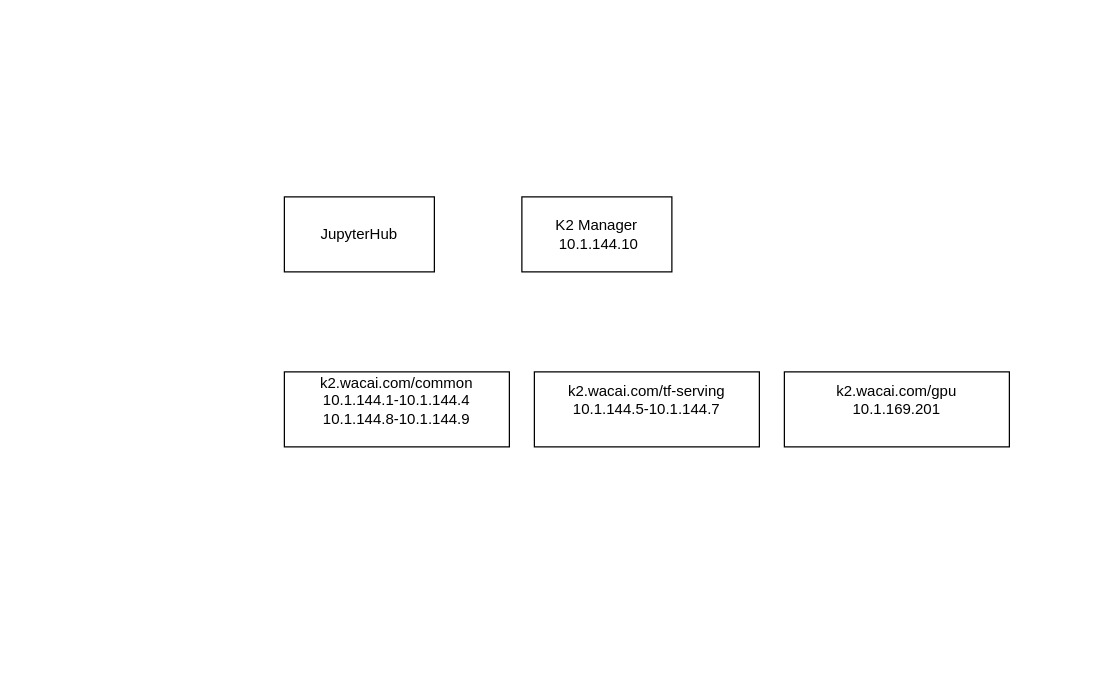
This is Untitled Diagram.drawio from jintianfan/drawio, a draw.io file, before an edit. Source tidied: cells renumbered, new cells numbered last; positions are measured from the earlier drawing's top-left corner, leaving out a move shared by most shapes. Both pictures are drawn from the tidied source at 125%, with x=0, y=0 at pixel (284, 196).
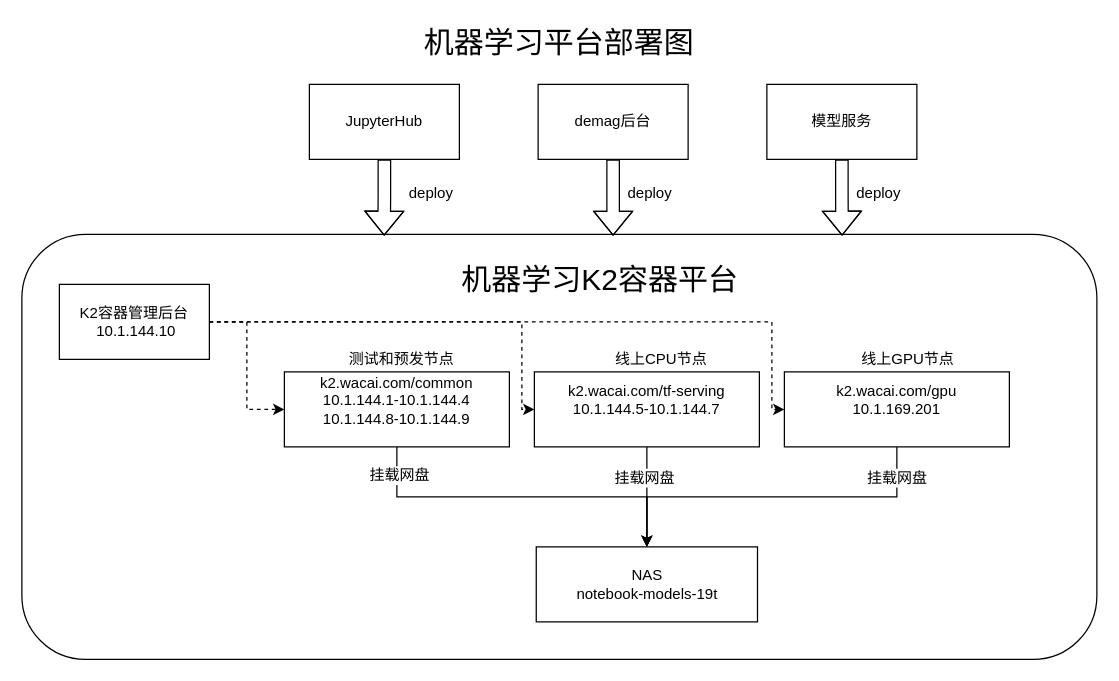
Above is the later version.

Unchanged cells that the change refers to:
```xml
<mxCell id="4" value="k2.wacai.com/common&lt;br&gt;10.1.144.1-10.1.144.4&lt;br&gt;10.1.144.8-10.1.144.9&lt;br&gt;&lt;br&gt;" style="rounded=0;whiteSpace=wrap;html=1;" parent="1" vertex="1">
  <mxGeometry y="140" width="180" height="60" as="geometry" />
</mxCell>
<mxCell id="5" value="k2.wacai.com/tf-serving&lt;br&gt;10.1.144.5-10.1.144.7&lt;br&gt;&lt;br&gt;" style="rounded=0;whiteSpace=wrap;html=1;" parent="1" vertex="1">
  <mxGeometry x="200" y="140" width="180" height="60" as="geometry" />
</mxCell>
<mxCell id="6" value="k2.wacai.com/gpu&lt;br&gt;10.1.169.201&lt;br&gt;&lt;br&gt;" style="rounded=0;whiteSpace=wrap;html=1;" parent="1" vertex="1">
  <mxGeometry x="400" y="140" width="180" height="60" as="geometry" />
</mxCell>
```

The edit, as a diff of the source:
```diff
@@
+    <mxCell id="7" style="rounded=1;whiteSpace=wrap;html=1;" parent="1" vertex="1">
+      <mxGeometry x="-210" y="30" width="860" height="340" as="geometry" />
+    </mxCell>
+    <mxCell id="8" style="edgeStyle=orthogonalEdgeStyle;shape=flexArrow;rounded=0;jettySize=auto;html=1;exitX=0.5;exitY=1;exitDx=0;exitDy=0;entryX=0.337;entryY=0.003;entryDx=0;entryDy=0;entryPerimeter=0;" parent="1" edge="1" source="2" target="7">
+      <mxGeometry relative="1" as="geometry" />
+    </mxCell>
     <mxCell id="2" value="JupyterHub" style="rounded=0;whiteSpace=wrap;html=1;" parent="1" vertex="1">
-      <mxGeometry width="120" height="60" as="geometry" />
+      <mxGeometry x="20" y="-90" width="120" height="60" as="geometry" />
     </mxCell>
+    <mxCell id="9" style="edgeStyle=orthogonalEdgeStyle;rounded=0;jettySize=auto;html=1;entryX=0;entryY=0.5;entryDx=0;entryDy=0;dashed=1;" parent="1" edge="1" source="3" target="4">
+      <mxGeometry relative="1" as="geometry" />
+    </mxCell>
+    <mxCell id="10" style="edgeStyle=orthogonalEdgeStyle;rounded=0;jettySize=auto;html=1;exitX=1;exitY=0.5;exitDx=0;exitDy=0;entryX=0;entryY=0.5;entryDx=0;entryDy=0;dashed=1;" parent="1" edge="1" source="3" target="5">
+      <mxGeometry relative="1" as="geometry">
+        <Array as="points">
+          <mxPoint x="190" y="100" />
+          <mxPoint x="190" y="170" />
+        </Array>
+      </mxGeometry>
+    </mxCell>
+    <mxCell id="11" style="edgeStyle=orthogonalEdgeStyle;rounded=0;jettySize=auto;html=1;entryX=0;entryY=0.5;entryDx=0;entryDy=0;dashed=1;" parent="1" edge="1" source="3" target="6">
+      <mxGeometry relative="1" as="geometry">
+        <Array as="points">
+          <mxPoint x="390" y="100" />
+          <mxPoint x="390" y="170" />
+        </Array>
+      </mxGeometry>
+    </mxCell>
-    <mxCell id="3" value="K2 Manager&lt;br&gt;&amp;nbsp;10.1.144.10&lt;br&gt;" style="rounded=0;whiteSpace=wrap;html=1;" parent="1" vertex="1">
-      <mxGeometry x="190" width="120" height="60" as="geometry" />
+    <mxCell id="3" value="K2容器管理后台&lt;br&gt;&amp;nbsp;10.1.144.10&lt;br&gt;" style="rounded=0;whiteSpace=wrap;html=1;" parent="1" vertex="1">
+      <mxGeometry x="-180" y="70" width="120" height="60" as="geometry" />
     </mxCell>
+    <mxCell id="12" style="edgeStyle=orthogonalEdgeStyle;rounded=0;jettySize=auto;html=1;exitX=0.5;exitY=1;exitDx=0;exitDy=0;entryX=0.5;entryY=0;entryDx=0;entryDy=0;" parent="1" edge="1" source="4" target="18">
+      <mxGeometry relative="1" as="geometry" />
+    </mxCell>
+    <mxCell id="13" value="挂载网盘" style="text;html=1;align=center;verticalAlign=middle;labelBackgroundColor=#ffffff;" parent="12" vertex="1">
+      <mxGeometry x="-0.84" y="1" relative="1" as="geometry" />
+    </mxCell>
@@
+    <mxCell id="14" style="edgeStyle=orthogonalEdgeStyle;rounded=0;jettySize=auto;html=1;exitX=0.5;exitY=1;exitDx=0;exitDy=0;entryX=0.5;entryY=0;entryDx=0;entryDy=0;" parent="1" edge="1" source="5" target="18">
+      <mxGeometry relative="1" as="geometry" />
+    </mxCell>
+    <mxCell id="15" value="挂载网盘" style="text;html=1;align=center;verticalAlign=middle;labelBackgroundColor=#ffffff;" parent="14" vertex="1">
+      <mxGeometry x="-0.4" y="-3" relative="1" as="geometry" />
+    </mxCell>
@@
+    <mxCell id="16" style="edgeStyle=orthogonalEdgeStyle;rounded=0;jettySize=auto;html=1;exitX=0.5;exitY=1;exitDx=0;exitDy=0;entryX=0.5;entryY=0;entryDx=0;entryDy=0;" parent="1" edge="1" source="6" target="18">
+      <mxGeometry relative="1" as="geometry" />
+    </mxCell>
+    <mxCell id="17" value="挂载网盘" style="text;html=1;align=center;verticalAlign=middle;labelBackgroundColor=#ffffff;" parent="16" vertex="1">
+      <mxGeometry x="-0.83" y="-1" relative="1" as="geometry" />
+    </mxCell>
@@
+    <mxCell id="18" value="NAS&lt;br&gt;notebook-models-19t&lt;br&gt;" style="rounded=0;whiteSpace=wrap;html=1;" parent="1" vertex="1">
+      <mxGeometry x="201.5" y="280" width="177" height="60" as="geometry" />
+    </mxCell>
+    <mxCell id="19" style="edgeStyle=orthogonalEdgeStyle;shape=flexArrow;rounded=0;jettySize=auto;html=1;exitX=0.5;exitY=1;exitDx=0;exitDy=0;entryX=0.55;entryY=0.003;entryDx=0;entryDy=0;entryPerimeter=0;" parent="1" edge="1" source="20" target="7">
+      <mxGeometry relative="1" as="geometry" />
+    </mxCell>
+    <mxCell id="20" value="demag后台&lt;br&gt;" style="rounded=0;whiteSpace=wrap;html=1;" parent="1" vertex="1">
+      <mxGeometry x="203" y="-90" width="120" height="60" as="geometry" />
+    </mxCell>
+    <mxCell id="21" style="edgeStyle=orthogonalEdgeStyle;shape=flexArrow;rounded=0;jettySize=auto;html=1;entryX=0.763;entryY=0.003;entryDx=0;entryDy=0;entryPerimeter=0;" parent="1" edge="1" source="22" target="7">
+      <mxGeometry relative="1" as="geometry" />
+    </mxCell>
+    <mxCell id="22" value="模型服务&lt;br&gt;" style="rounded=0;whiteSpace=wrap;html=1;" parent="1" vertex="1">
+      <mxGeometry x="386" y="-90" width="120" height="60" as="geometry" />
+    </mxCell>
+    <mxCell id="23" value="测试和预发节点" style="text;html=1;align=left;verticalAlign=top;spacingTop=-4;" parent="1" vertex="1">
+      <mxGeometry x="50" y="120" width="100" height="20" as="geometry" />
+    </mxCell>
+    <mxCell id="24" value="线上CPU节点" style="text;html=1;align=left;verticalAlign=top;spacingTop=-4;" parent="1" vertex="1">
+      <mxGeometry x="263" y="120" width="90" height="20" as="geometry" />
+    </mxCell>
+    <mxCell id="25" value="线上GPU节点" style="text;html=1;align=left;verticalAlign=top;spacingTop=-4;" parent="1" vertex="1">
+      <mxGeometry x="460" y="120" width="90" height="20" as="geometry" />
+    </mxCell>
+    <mxCell id="26" value="deploy" style="text;html=1;align=left;verticalAlign=top;spacingTop=-4;" parent="1" vertex="1">
+      <mxGeometry x="98" y="-13" width="50" height="20" as="geometry" />
+    </mxCell>
+    <mxCell id="27" value="deploy" style="text;html=1;align=left;verticalAlign=top;spacingTop=-4;" parent="1" vertex="1">
+      <mxGeometry x="273" y="-13" width="50" height="20" as="geometry" />
+    </mxCell>
+    <mxCell id="28" value="deploy" style="text;html=1;align=left;verticalAlign=top;spacingTop=-4;" parent="1" vertex="1">
+      <mxGeometry x="456" y="-13" width="50" height="20" as="geometry" />
+    </mxCell>
+    <mxCell id="29" value="机器学习K2容器平台" style="text;html=1;align=left;verticalAlign=top;spacingTop=-4;fontSize=24;" parent="1" vertex="1">
+      <mxGeometry x="140" y="50" width="130" height="20" as="geometry" />
+    </mxCell>
+    <mxCell id="30" value="机器学习平台部署图" style="text;html=1;align=left;verticalAlign=top;spacingTop=-4;fontSize=24;" parent="1" vertex="1">
+      <mxGeometry x="110" y="-140" width="230" height="30" as="geometry" />
+    </mxCell>
```
